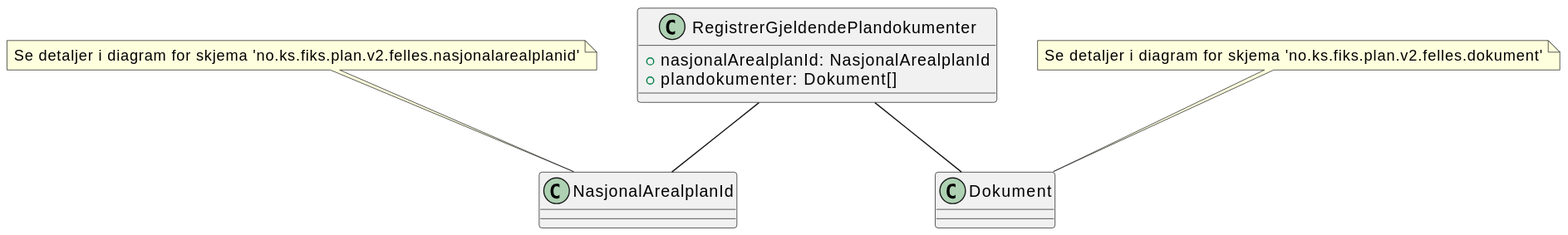
Before: Dokumentasjon/V2/ClassDiagrams/no.ks.fiks.plan.v2.oppdatering.gjeldendeplandokumenter.registrer/gjeldendeplandokumenter-registrer.svg, a diagram exported from PlantUML (ks-no/fiks-plan-specification). The source it was exported from:
```plantuml
@startuml
class RegistrerGjeldendePlandokumenter {
    +nasjonalArealplanId: NasjonalArealplanId
    +plandokumenter: Dokument[]
}

RegistrerGjeldendePlandokumenter -- NasjonalArealplanId
RegistrerGjeldendePlandokumenter -- Dokument

note top of NasjonalArealplanId : Se detaljer i diagram for skjema 'no.ks.fiks.plan.v2.felles.nasjonalarealplanid'
note top of Dokument : Se detaljer i diagram for skjema 'no.ks.fiks.plan.v2.felles.dokument'
@enduml
```
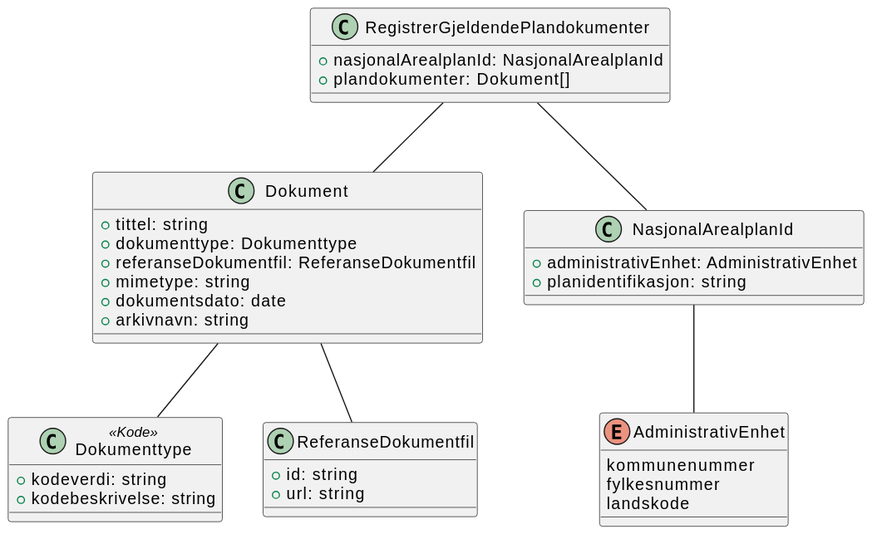
The same file after the commit.

What changed in the source:
```diff
@@ -1,4 +1,7 @@
 @startuml
+!include ./../no.ks.fiks.plan.v2.felles.dokument/dokument.pu
+!include ./../no.ks.fiks.plan.v2.felles.nasjonalarealplanid/nasjonalarealplanid.pu
+
 class RegistrerGjeldendePlandokumenter {
     +nasjonalArealplanId: NasjonalArealplanId
     +plandokumenter: Dokument[]
@@ -6,7 +9,4 @@
 
 RegistrerGjeldendePlandokumenter -- NasjonalArealplanId
 RegistrerGjeldendePlandokumenter -- Dokument
-
-note top of NasjonalArealplanId : Se detaljer i diagram for skjema 'no.ks.fiks.plan.v2.felles.nasjonalarealplanid'
-note top of Dokument : Se detaljer i diagram for skjema 'no.ks.fiks.plan.v2.felles.dokument'
 @enduml
```
